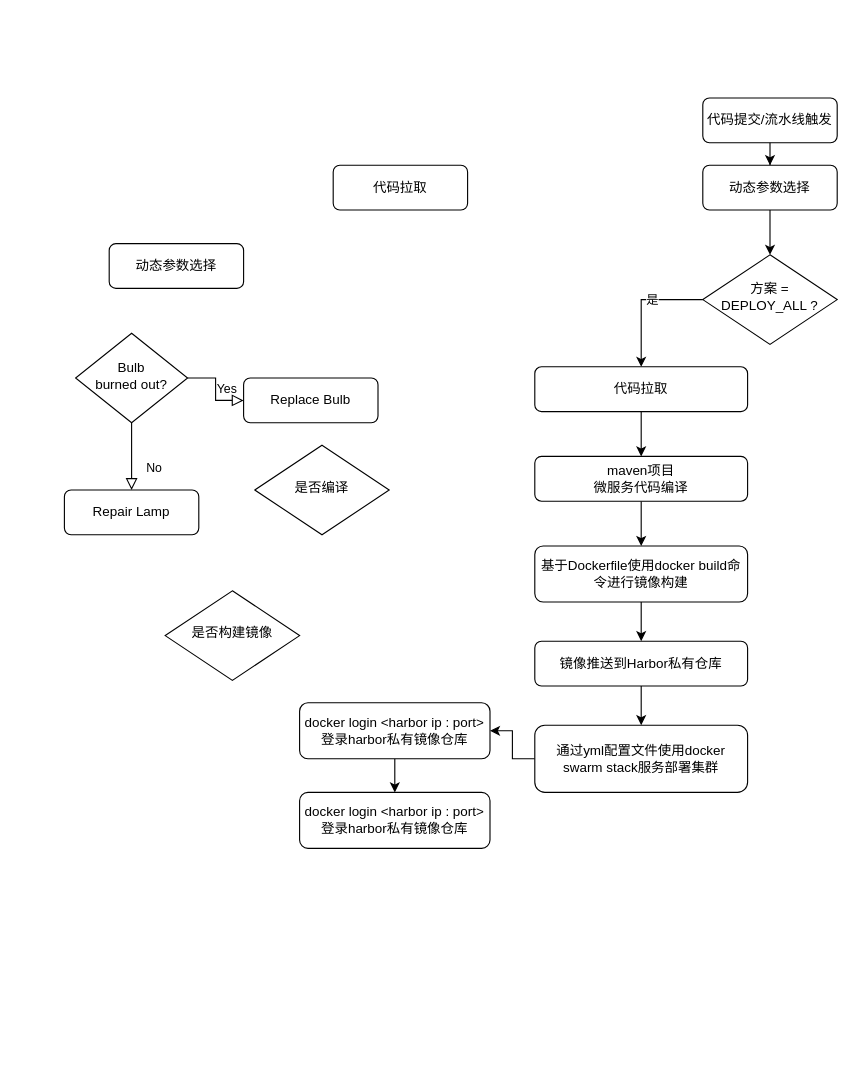
oasisnoehub/DevOps keeps this draw.io diagram as jenkins-cicd-flow.drawio. Above is the earlier version. Source tidied: cells renumbered, new cells numbered last; positions are measured from the earlier drawing's top-left corner, leaving out a move shared by most shapes. Both pictures are drawn from the tidied source at 112%, with x=0, y=0 at pixel (64, 97).
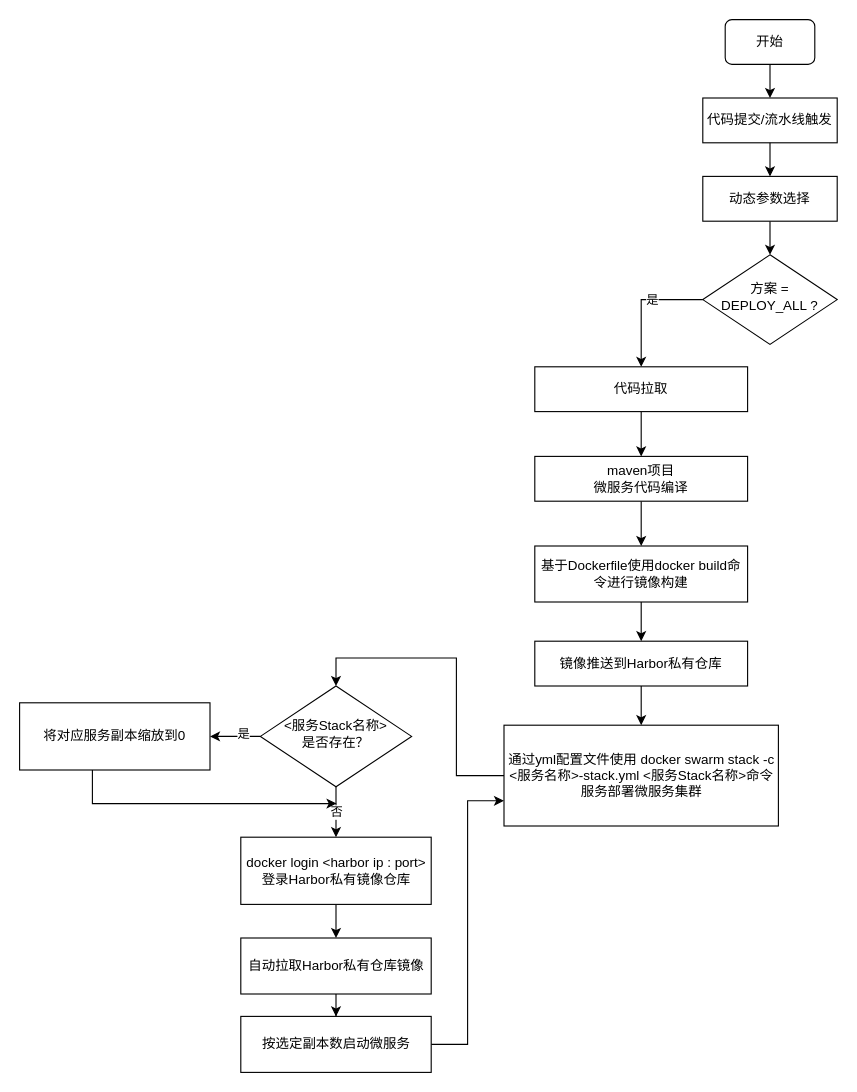
Above is the later version.

Diff of the diagram source:
```diff
@@
-    <mxCell id="2" value="代码提交/流水线触发" style="rounded=1;whiteSpace=wrap;html=1;fontSize=12;glass=0;strokeWidth=1;shadow=0;" parent="1" vertex="1">
+    <mxCell id="2" value="代码提交/流水线触发" style="rounded=0;whiteSpace=wrap;html=1;fontSize=12;glass=0;strokeWidth=1;shadow=0;" parent="1" vertex="1">
       <mxGeometry x="570" width="120" height="40" as="geometry" />
     </mxCell>
-    <mxCell id="3" value="No" style="rounded=0;html=1;jettySize=auto;fontSize=11;endArrow=block;endFill=0;endSize=8;strokeWidth=1;shadow=0;labelBackgroundColor=none;edgeStyle=orthogonalEdgeStyle;" parent="1" edge="1" source="5" target="6">
-      <mxGeometry x="0.33" y="20" relative="1" as="geometry" />
-    </mxCell>
-    <mxCell id="4" value="Yes" style="edgeStyle=orthogonalEdgeStyle;rounded=0;html=1;jettySize=auto;fontSize=11;endArrow=block;endFill=0;endSize=8;strokeWidth=1;shadow=0;labelBackgroundColor=none;" parent="1" edge="1" source="5" target="7">
-      <mxGeometry y="10" relative="1" as="geometry" />
-    </mxCell>
-    <mxCell id="5" value="Bulb&lt;br&gt;burned out?" style="rhombus;whiteSpace=wrap;html=1;shadow=0;fontFamily=Helvetica;fontSize=12;align=center;strokeWidth=1;spacing=6;spacingTop=-4;" parent="1" vertex="1">
-      <mxGeometry x="10" y="210" width="100" height="80" as="geometry" />
-    </mxCell>
-    <mxCell id="6" value="Repair Lamp" style="rounded=1;whiteSpace=wrap;html=1;fontSize=12;glass=0;strokeWidth=1;shadow=0;" parent="1" vertex="1">
-      <mxGeometry y="350" width="120" height="40" as="geometry" />
-    </mxCell>
-    <mxCell id="7" value="Replace Bulb" style="rounded=1;whiteSpace=wrap;html=1;fontSize=12;glass=0;strokeWidth=1;shadow=0;" parent="1" vertex="1">
-      <mxGeometry x="160" y="250" width="120" height="40" as="geometry" />
-    </mxCell>
@@
-    <mxCell id="9" value="是否编译" style="rhombus;whiteSpace=wrap;html=1;shadow=0;fontFamily=Helvetica;fontSize=12;align=center;strokeWidth=1;spacing=6;spacingTop=-4;" parent="1" vertex="1">
-      <mxGeometry x="170" y="310" width="120" height="80" as="geometry" />
-    </mxCell>
-    <mxCell id="10" value="是否构建镜像" style="rhombus;whiteSpace=wrap;html=1;shadow=0;fontFamily=Helvetica;fontSize=12;align=center;strokeWidth=1;spacing=6;spacingTop=-4;" parent="1" vertex="1">
-      <mxGeometry x="90" y="440" width="120" height="80" as="geometry" />
-    </mxCell>
@@
-    <mxCell id="12" value="动态参数选择" style="rounded=1;whiteSpace=wrap;html=1;fontSize=12;glass=0;strokeWidth=1;shadow=0;" parent="1" vertex="1">
-      <mxGeometry x="570" y="60" width="120" height="40" as="geometry" />
+    <mxCell id="12" value="动态参数选择" style="rounded=0;whiteSpace=wrap;html=1;fontSize=12;glass=0;strokeWidth=1;shadow=0;" parent="1" vertex="1">
+      <mxGeometry x="570" y="70" width="120" height="40" as="geometry" />
     </mxCell>
-    <mxCell id="13" value="动态参数选择" style="rounded=1;whiteSpace=wrap;html=1;fontSize=12;glass=0;strokeWidth=1;shadow=0;" parent="1" vertex="1">
-      <mxGeometry x="40" y="130" width="120" height="40" as="geometry" />
-    </mxCell>
@@
-    <mxCell id="18" value="代码拉取" style="rounded=1;whiteSpace=wrap;html=1;fontSize=12;glass=0;strokeWidth=1;shadow=0;" parent="1" vertex="1">
+    <mxCell id="18" value="代码拉取" style="rounded=0;whiteSpace=wrap;html=1;fontSize=12;glass=0;strokeWidth=1;shadow=0;" parent="1" vertex="1">
       <mxGeometry x="420" y="240" width="190" height="40" as="geometry" />
     </mxCell>
-    <mxCell id="19" value="代码拉取" style="rounded=1;whiteSpace=wrap;html=1;fontSize=12;glass=0;strokeWidth=1;shadow=0;" parent="1" vertex="1">
-      <mxGeometry x="240" y="60" width="120" height="40" as="geometry" />
-    </mxCell>
@@
-    <mxCell id="21" value="maven项目&lt;br&gt;微服务代码编译" style="rounded=1;whiteSpace=wrap;html=1;fontSize=12;glass=0;strokeWidth=1;shadow=0;" parent="1" vertex="1">
+    <mxCell id="21" value="maven项目&lt;br&gt;微服务代码编译" style="rounded=0;whiteSpace=wrap;html=1;fontSize=12;glass=0;strokeWidth=1;shadow=0;" parent="1" vertex="1">
       <mxGeometry x="420" y="320" width="190" height="40" as="geometry" />
     </mxCell>
@@
-    <mxCell id="23" value="基于Dockerfile使用docker build命令&lt;span style=&quot;background-color: initial;&quot;&gt;进行镜像构建&lt;/span&gt;" style="rounded=1;whiteSpace=wrap;html=1;fontSize=12;glass=0;strokeWidth=1;shadow=0;" parent="1" vertex="1">
+    <mxCell id="23" value="基于Dockerfile使用docker build命令&lt;span style=&quot;background-color: initial;&quot;&gt;进行镜像构建&lt;/span&gt;" style="rounded=0;whiteSpace=wrap;html=1;fontSize=12;glass=0;strokeWidth=1;shadow=0;" parent="1" vertex="1">
       <mxGeometry x="420" y="400" width="190" height="50" as="geometry" />
     </mxCell>
@@
-    <mxCell id="25" value="镜像推送到Harbor私有仓库" style="rounded=1;whiteSpace=wrap;html=1;fontSize=12;glass=0;strokeWidth=1;shadow=0;" parent="1" vertex="1">
+    <mxCell id="25" value="镜像推送到Harbor私有仓库" style="rounded=0;whiteSpace=wrap;html=1;fontSize=12;glass=0;strokeWidth=1;shadow=0;" parent="1" vertex="1">
       <mxGeometry x="420" y="485" width="190" height="40" as="geometry" />
     </mxCell>
-    <mxCell id="26" style="edgeStyle=orthogonalEdgeStyle;rounded=0;jettySize=auto;html=1;entryX=1;entryY=0.5;entryDx=0;entryDy=0;" parent="1" edge="1" source="27" target="29">
-      <mxGeometry relative="1" as="geometry" />
-    </mxCell>
+    <mxCell id="31" style="edgeStyle=orthogonalEdgeStyle;rounded=0;jettySize=auto;html=1;entryX=0.5;entryY=0;entryDx=0;entryDy=0;" parent="1" edge="1" source="27" target="40">
+      <mxGeometry relative="1" as="geometry">
+        <Array as="points">
+          <mxPoint x="350" y="605" />
+          <mxPoint x="350" y="500" />
+          <mxPoint x="243" y="500" />
+        </Array>
+      </mxGeometry>
+    </mxCell>
-    <mxCell id="27" value="通过yml配置文件使用docker swarm stack服务部署集群" style="rounded=1;whiteSpace=wrap;html=1;fontSize=12;glass=0;strokeWidth=1;shadow=0;" parent="1" vertex="1">
-      <mxGeometry x="420" y="560" width="190" height="60" as="geometry" />
+    <mxCell id="27" value="&lt;div style=&quot;&quot;&gt;&lt;span style=&quot;background-color: initial;&quot;&gt;通过yml配置文件使用&amp;nbsp;&lt;/span&gt;&lt;span style=&quot;background-color: initial;&quot;&gt;docker swarm stack -c &amp;lt;服务名称&amp;gt;-stack.yml &amp;lt;服务Stack名称&amp;gt;命令&lt;/span&gt;&lt;span style=&quot;background-color: initial;&quot;&gt;服务部署微服务集群&lt;/span&gt;&lt;/div&gt;" style="rounded=0;whiteSpace=wrap;html=1;fontSize=12;glass=0;strokeWidth=1;shadow=0;align=center;" parent="1" vertex="1">
+      <mxGeometry x="392.5" y="560" width="245" height="90" as="geometry" />
     </mxCell>
-    <mxCell id="28" style="edgeStyle=orthogonalEdgeStyle;rounded=0;jettySize=auto;html=1;entryX=0.5;entryY=0;entryDx=0;entryDy=0;" parent="1" edge="1" source="29" target="30">
-      <mxGeometry relative="1" as="geometry" />
-    </mxCell>
+    <mxCell id="32" style="edgeStyle=orthogonalEdgeStyle;rounded=0;jettySize=auto;html=1;entryX=0.5;entryY=0;entryDx=0;entryDy=0;" parent="1" edge="1" source="29" target="36">
+      <mxGeometry relative="1" as="geometry" />
+    </mxCell>
-    <mxCell id="29" value="docker login &amp;lt;harbor ip : port&amp;gt;&lt;div&gt;登录harbor私有镜像仓库&lt;/div&gt;" style="rounded=1;whiteSpace=wrap;html=1;fontSize=12;glass=0;strokeWidth=1;shadow=0;" parent="1" vertex="1">
-      <mxGeometry x="210" y="540" width="170" height="50" as="geometry" />
+    <mxCell id="29" value="docker login &amp;lt;harbor ip : port&amp;gt;&lt;div&gt;登录Harbor私有镜像仓库&lt;/div&gt;" style="rounded=0;whiteSpace=wrap;html=1;fontSize=12;glass=0;strokeWidth=1;shadow=0;" parent="1" vertex="1">
+      <mxGeometry x="157.5" y="660" width="170" height="60" as="geometry" />
     </mxCell>
-    <mxCell id="30" value="docker login &amp;lt;harbor ip : port&amp;gt;&lt;div&gt;登录harbor私有镜像仓库&lt;/div&gt;" style="rounded=1;whiteSpace=wrap;html=1;fontSize=12;glass=0;strokeWidth=1;shadow=0;" parent="1" vertex="1">
-      <mxGeometry x="210" y="620" width="170" height="50" as="geometry" />
-    </mxCell>
+    <mxCell id="33" style="edgeStyle=orthogonalEdgeStyle;rounded=0;jettySize=auto;html=1;entryX=0;entryY=0.75;entryDx=0;entryDy=0;" parent="1" edge="1" source="34" target="27">
+      <mxGeometry relative="1" as="geometry" />
+    </mxCell>
+    <mxCell id="34" value="按选定副本数启动微服务" style="rounded=0;whiteSpace=wrap;html=1;fontSize=12;glass=0;strokeWidth=1;shadow=0;" parent="1" vertex="1">
+      <mxGeometry x="157.5" y="820" width="170" height="50" as="geometry" />
+    </mxCell>
+    <mxCell id="35" style="edgeStyle=orthogonalEdgeStyle;rounded=0;jettySize=auto;html=1;entryX=0.5;entryY=0;entryDx=0;entryDy=0;" parent="1" edge="1" source="36" target="34">
+      <mxGeometry relative="1" as="geometry" />
+    </mxCell>
+    <mxCell id="36" value="&lt;div&gt;自动拉取Harbor私有仓库镜像&lt;/div&gt;" style="rounded=0;whiteSpace=wrap;html=1;fontSize=12;glass=0;strokeWidth=1;shadow=0;" parent="1" vertex="1">
+      <mxGeometry x="157.5" y="750" width="170" height="50" as="geometry" />
+    </mxCell>
+    <mxCell id="37" style="edgeStyle=orthogonalEdgeStyle;rounded=0;jettySize=auto;html=1;entryX=1;entryY=0.5;entryDx=0;entryDy=0;" parent="1" edge="1" source="40" target="42">
+      <mxGeometry relative="1" as="geometry" />
+    </mxCell>
+    <mxCell id="38" value="是" style="edgeLabel;html=1;align=center;verticalAlign=middle;" parent="37" vertex="1">
+      <mxGeometry x="-0.28" y="-3" relative="1" as="geometry" />
+    </mxCell>
+    <mxCell id="39" value="否" style="edgeStyle=orthogonalEdgeStyle;rounded=0;jettySize=auto;html=1;" parent="1" edge="1" source="40" target="29">
+      <mxGeometry relative="1" as="geometry" />
+    </mxCell>
+    <mxCell id="40" value="&amp;lt;服务Stack名称&amp;gt;&lt;div&gt;是否存在？&lt;/div&gt;" style="rhombus;whiteSpace=wrap;html=1;shadow=0;fontFamily=Helvetica;fontSize=12;align=center;strokeWidth=1;spacing=6;spacingTop=-4;" parent="1" vertex="1">
+      <mxGeometry x="175" y="525" width="135" height="90" as="geometry" />
+    </mxCell>
+    <mxCell id="41" style="edgeStyle=orthogonalEdgeStyle;rounded=0;jettySize=auto;html=1;" parent="1" edge="1" source="42">
+      <mxGeometry relative="1" as="geometry">
+        <mxPoint x="243" y="630" as="targetPoint" />
+        <Array as="points">
+          <mxPoint x="25" y="630" />
+          <mxPoint x="243" y="630" />
+        </Array>
+      </mxGeometry>
+    </mxCell>
+    <mxCell id="42" value="将对应服务副本缩放到0" style="rounded=0;whiteSpace=wrap;html=1;fontSize=12;glass=0;strokeWidth=1;shadow=0;" parent="1" vertex="1">
+      <mxGeometry x="-40" y="540" width="170" height="60" as="geometry" />
+    </mxCell>
+    <mxCell id="43" style="edgeStyle=orthogonalEdgeStyle;rounded=0;jettySize=auto;html=1;entryX=0.5;entryY=0;entryDx=0;entryDy=0;" parent="1" edge="1" source="44" target="2">
+      <mxGeometry relative="1" as="geometry" />
+    </mxCell>
+    <mxCell id="44" value="开始" style="rounded=1;whiteSpace=wrap;html=1;fontSize=12;glass=0;strokeWidth=1;shadow=0;" parent="1" vertex="1">
+      <mxGeometry x="590" y="-70" width="80" height="40" as="geometry" />
+    </mxCell>
```
